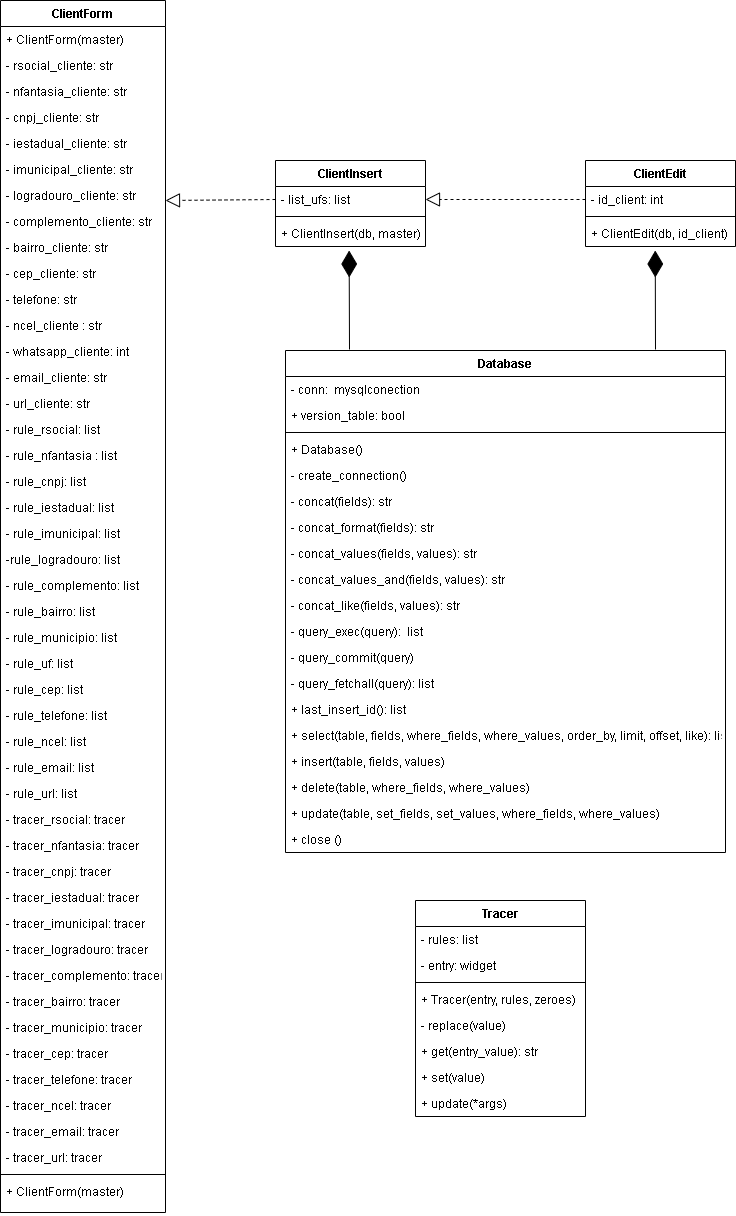
Above: doc/Diagrama de Classes.png in BritoWendel/ICS (draw.io), before the change. Source tidied: cells renumbered, new cells last; positions are measured from the earlier drawing's top-left corner, leaving out a move shared by most shapes.
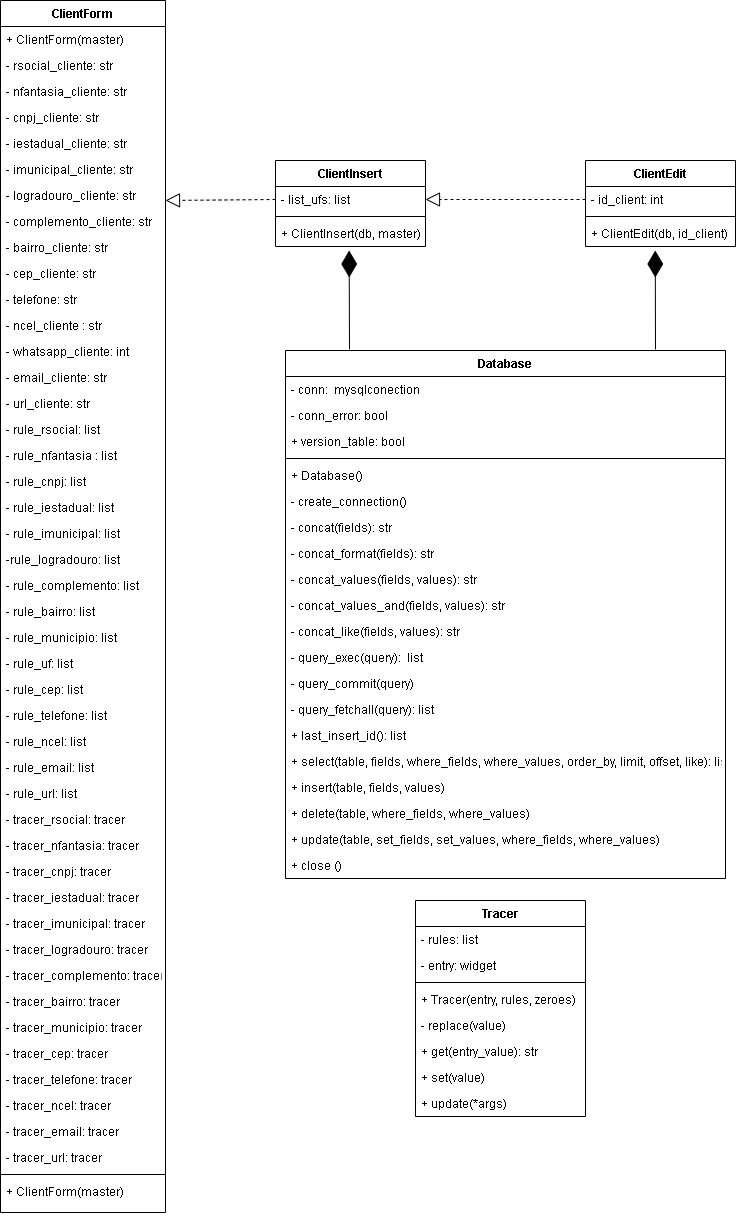
Later version of the same file.

Commit message:
Atualizado diagrama de classes

The edit, as a diff of the source:
```diff
@@ -152,64 +152,67 @@
       <mxGeometry relative="1" as="geometry" />
     </mxCell>
     <mxCell id="51" value="Database" style="swimlane;fontStyle=1;align=center;verticalAlign=top;horizontal=1;startSize=26;" parent="1" vertex="1">
-      <mxGeometry x="285" y="350" width="440" height="502" as="geometry" />
+      <mxGeometry x="285" y="350" width="440" height="528" as="geometry" />
     </mxCell>
     <mxCell id="52" value="- conn:  mysqlconection" style="text;strokeColor=none;fillColor=none;align=left;verticalAlign=top;spacingLeft=4;spacingRight=4;overflow=hidden;" parent="51" vertex="1">
       <mxGeometry y="26" width="440" height="26" as="geometry" />
     </mxCell>
+    <mxCell id="90" value="- conn_error: bool" style="text;strokeColor=none;fillColor=none;align=left;verticalAlign=top;spacingLeft=4;spacingRight=4;overflow=hidden;" parent="51" vertex="1">
+      <mxGeometry y="52" width="440" height="26" as="geometry" />
+    </mxCell>
     <mxCell id="53" value="+ version_table: bool" style="text;strokeColor=none;fillColor=none;align=left;verticalAlign=top;spacingLeft=4;spacingRight=4;overflow=hidden;" parent="51" vertex="1">
-      <mxGeometry y="52" width="440" height="26" as="geometry" />
+      <mxGeometry y="78" width="440" height="26" as="geometry" />
     </mxCell>
     <mxCell id="54" style="line;strokeWidth=1;fillColor=none;align=left;verticalAlign=middle;spacingTop=-1;spacingLeft=3;spacingRight=3;labelPosition=right;" parent="51" vertex="1">
-      <mxGeometry y="78" width="440" height="8" as="geometry" />
+      <mxGeometry y="104" width="440" height="8" as="geometry" />
     </mxCell>
     <mxCell id="55" value="+ Database()" style="text;strokeColor=none;fillColor=none;align=left;verticalAlign=top;spacingLeft=4;spacingRight=4;overflow=hidden;" parent="51" vertex="1">
-      <mxGeometry y="86" width="440" height="26" as="geometry" />
+      <mxGeometry y="112" width="440" height="26" as="geometry" />
     </mxCell>
     <mxCell id="56" value="- create_connection()" style="text;strokeColor=none;fillColor=none;align=left;verticalAlign=top;spacingLeft=4;spacingRight=4;overflow=hidden;" parent="51" vertex="1">
-      <mxGeometry y="112" width="440" height="26" as="geometry" />
+      <mxGeometry y="138" width="440" height="26" as="geometry" />
     </mxCell>
     <mxCell id="57" value="- concat(fields): str" style="text;strokeColor=none;fillColor=none;align=left;verticalAlign=top;spacingLeft=4;spacingRight=4;overflow=hidden;" parent="51" vertex="1">
-      <mxGeometry y="138" width="440" height="26" as="geometry" />
+      <mxGeometry y="164" width="440" height="26" as="geometry" />
     </mxCell>
     <mxCell id="58" value="- concat_format(fields): str" style="text;strokeColor=none;fillColor=none;align=left;verticalAlign=top;spacingLeft=4;spacingRight=4;overflow=hidden;" parent="51" vertex="1">
-      <mxGeometry y="164" width="440" height="26" as="geometry" />
+      <mxGeometry y="190" width="440" height="26" as="geometry" />
     </mxCell>
     <mxCell id="59" value="- concat_values(fields, values): str" style="text;strokeColor=none;fillColor=none;align=left;verticalAlign=top;spacingLeft=4;spacingRight=4;overflow=hidden;" parent="51" vertex="1">
-      <mxGeometry y="190" width="440" height="26" as="geometry" />
+      <mxGeometry y="216" width="440" height="26" as="geometry" />
     </mxCell>
     <mxCell id="60" value="- concat_values_and(fields, values): str" style="text;strokeColor=none;fillColor=none;align=left;verticalAlign=top;spacingLeft=4;spacingRight=4;overflow=hidden;" parent="51" vertex="1">
-      <mxGeometry y="216" width="440" height="26" as="geometry" />
+      <mxGeometry y="242" width="440" height="26" as="geometry" />
     </mxCell>
     <mxCell id="61" value="- concat_like(fields, values): str" style="text;strokeColor=none;fillColor=none;align=left;verticalAlign=top;spacingLeft=4;spacingRight=4;overflow=hidden;" parent="51" vertex="1">
-      <mxGeometry y="242" width="440" height="26" as="geometry" />
+      <mxGeometry y="268" width="440" height="26" as="geometry" />
     </mxCell>
     <mxCell id="62" value="- query_exec(query):  list" style="text;strokeColor=none;fillColor=none;align=left;verticalAlign=top;spacingLeft=4;spacingRight=4;overflow=hidden;" parent="51" vertex="1">
-      <mxGeometry y="268" width="440" height="26" as="geometry" />
+      <mxGeometry y="294" width="440" height="26" as="geometry" />
     </mxCell>
     <mxCell id="63" value="- query_commit(query)" style="text;strokeColor=none;fillColor=none;align=left;verticalAlign=top;spacingLeft=4;spacingRight=4;overflow=hidden;" parent="51" vertex="1">
-      <mxGeometry y="294" width="440" height="26" as="geometry" />
+      <mxGeometry y="320" width="440" height="26" as="geometry" />
     </mxCell>
     <mxCell id="64" value="- query_fetchall(query): list" style="text;strokeColor=none;fillColor=none;align=left;verticalAlign=top;spacingLeft=4;spacingRight=4;overflow=hidden;" parent="51" vertex="1">
-      <mxGeometry y="320" width="440" height="26" as="geometry" />
+      <mxGeometry y="346" width="440" height="26" as="geometry" />
     </mxCell>
     <mxCell id="65" value="+ last_insert_id(): list" style="text;strokeColor=none;fillColor=none;align=left;verticalAlign=top;spacingLeft=4;spacingRight=4;overflow=hidden;" parent="51" vertex="1">
-      <mxGeometry y="346" width="440" height="26" as="geometry" />
+      <mxGeometry y="372" width="440" height="26" as="geometry" />
     </mxCell>
     <mxCell id="66" value="+ select(table, fields, where_fields, where_values, order_by, limit, offset, like): list" style="text;strokeColor=none;fillColor=none;align=left;verticalAlign=top;spacingLeft=4;spacingRight=4;overflow=hidden;" parent="51" vertex="1">
-      <mxGeometry y="372" width="440" height="26" as="geometry" />
+      <mxGeometry y="398" width="440" height="26" as="geometry" />
     </mxCell>
     <mxCell id="67" value="+ insert(table, fields, values)" style="text;strokeColor=none;fillColor=none;align=left;verticalAlign=top;spacingLeft=4;spacingRight=4;overflow=hidden;" parent="51" vertex="1">
-      <mxGeometry y="398" width="440" height="26" as="geometry" />
+      <mxGeometry y="424" width="440" height="26" as="geometry" />
     </mxCell>
     <mxCell id="68" value="+ delete(table, where_fields, where_values)" style="text;strokeColor=none;fillColor=none;align=left;verticalAlign=top;spacingLeft=4;spacingRight=4;overflow=hidden;" parent="51" vertex="1">
-      <mxGeometry y="424" width="440" height="26" as="geometry" />
+      <mxGeometry y="450" width="440" height="26" as="geometry" />
     </mxCell>
     <mxCell id="69" value="+ update(table, set_fields, set_values, where_fields, where_values)" style="text;strokeColor=none;fillColor=none;align=left;verticalAlign=top;spacingLeft=4;spacingRight=4;overflow=hidden;" parent="51" vertex="1">
-      <mxGeometry y="450" width="440" height="26" as="geometry" />
+      <mxGeometry y="476" width="440" height="26" as="geometry" />
     </mxCell>
     <mxCell id="70" value="+ close ()" style="text;strokeColor=none;fillColor=none;align=left;verticalAlign=top;spacingLeft=4;spacingRight=4;overflow=hidden;" parent="51" vertex="1">
-      <mxGeometry y="476" width="440" height="26" as="geometry" />
+      <mxGeometry y="502" width="440" height="26" as="geometry" />
     </mxCell>
     <mxCell id="71" value="ClientInsert" style="swimlane;fontStyle=1;align=center;verticalAlign=top;horizontal=1;startSize=26;" parent="1" vertex="1">
       <mxGeometry x="275" y="160" width="150" height="86" as="geometry" />
```
